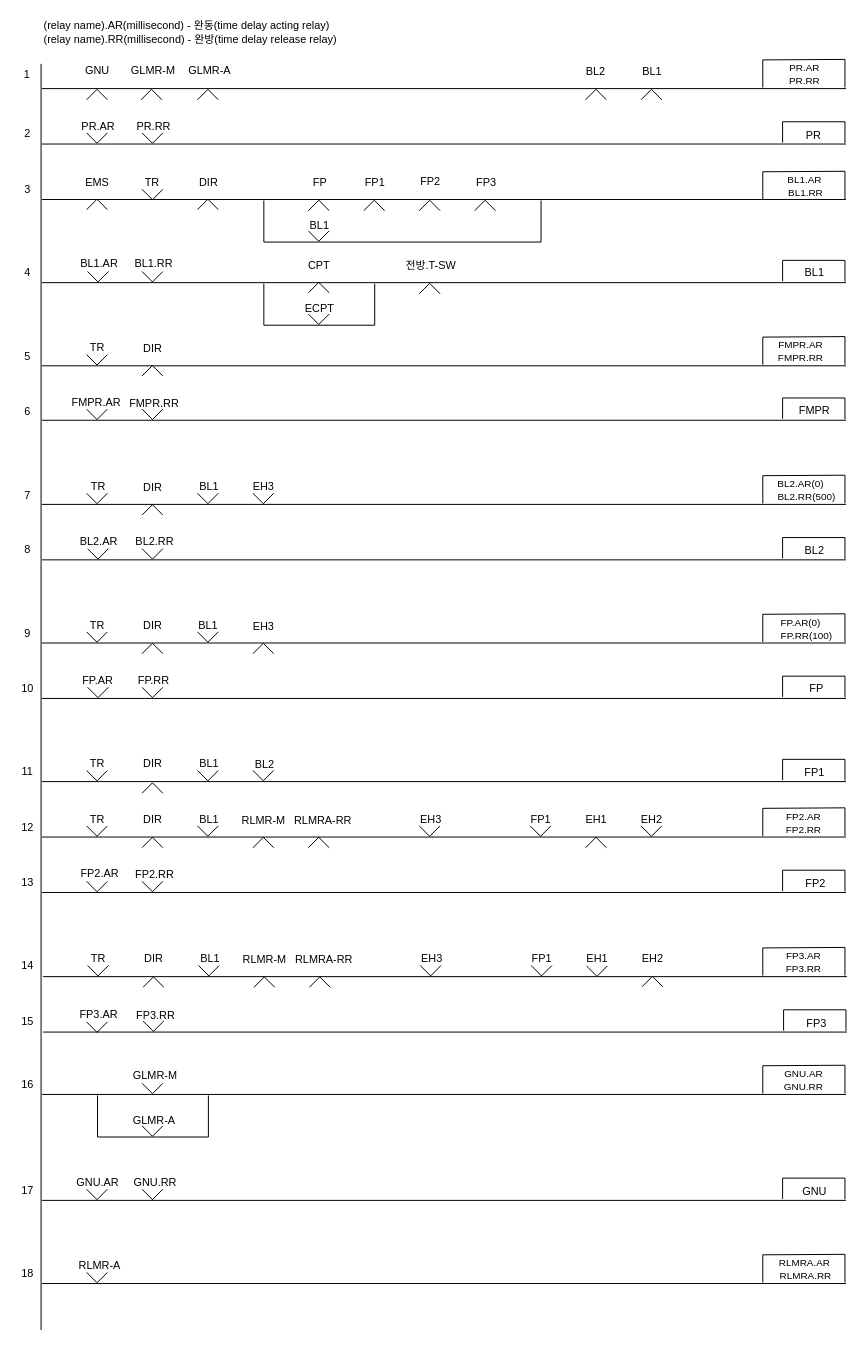
Above: page "2신호제어로직(최종)" (1 of 5) of Signal/2Display-Signal-Control-Logic.drawio in chillin2/MyDraw.io (draw.io), before the change. Source tidied: cells renumbered, new cells numbered last; positions are measured from the earlier drawing's top-left corner, leaving out a move shared by most shapes. Both pictures are drawn from the tidied source at 99%, with x=0, y=0 at pixel (17, 17).
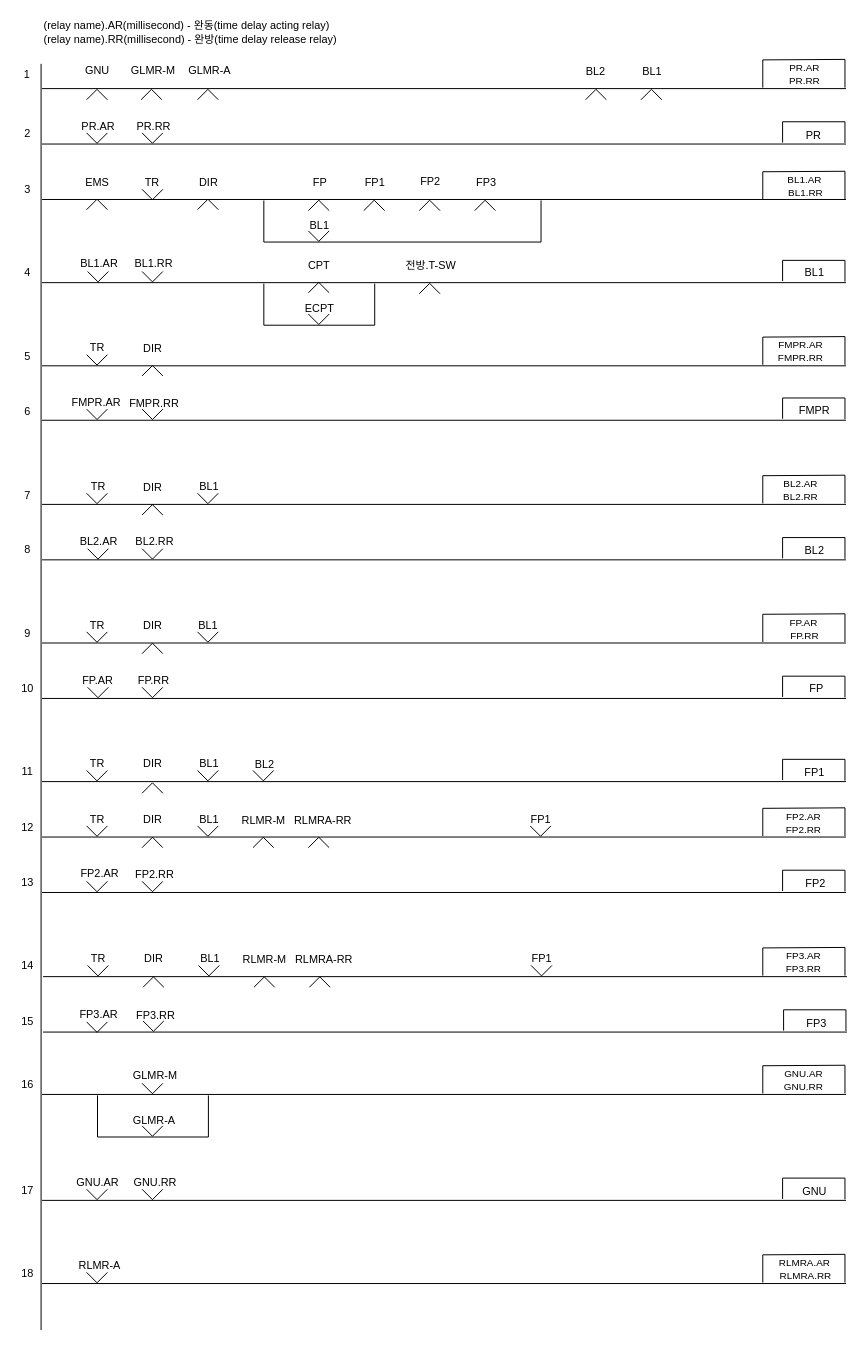
Above is the later version.

The edit, as a diff of the source:
```diff
@@
-    <mxCell id="38" value="EH3" style="text;html=1;strokeColor=none;fillColor=none;align=center;verticalAlign=middle;whiteSpace=wrap;rounded=0;fontFamily=Helvetica;fontSize=11;fontColor=default;" parent="1" vertex="1">
-      <mxGeometry x="229" y="465" width="40" height="17" as="geometry" />
-    </mxCell>
@@
-    <mxCell id="45" value="EH3" style="text;html=1;strokeColor=none;fillColor=none;align=center;verticalAlign=middle;whiteSpace=wrap;rounded=0;fontFamily=Helvetica;fontSize=11;fontColor=default;" parent="1" vertex="1">
-      <mxGeometry x="229" y="609" width="40" height="11" as="geometry" />
-    </mxCell>
@@
-    <mxCell id="59" value="EH3" style="text;html=1;strokeColor=none;fillColor=none;align=center;verticalAlign=middle;whiteSpace=wrap;rounded=0;fontFamily=Helvetica;fontSize=11;fontColor=default;" parent="1" vertex="1">
-      <mxGeometry x="398" y="805" width="40" height="9" as="geometry" />
-    </mxCell>
@@
-    <mxCell id="61" value="EH2" style="text;html=1;strokeColor=none;fillColor=none;align=center;verticalAlign=middle;whiteSpace=wrap;rounded=0;fontFamily=Helvetica;fontSize=11;fontColor=default;" parent="1" vertex="1">
-      <mxGeometry x="621" y="805" width="40" height="9" as="geometry" />
-    </mxCell>
-    <mxCell id="62" value="EH1" style="text;html=1;strokeColor=none;fillColor=none;align=center;verticalAlign=middle;whiteSpace=wrap;rounded=0;fontFamily=Helvetica;fontSize=11;fontColor=default;" parent="1" vertex="1">
-      <mxGeometry x="565" y="806" width="40" height="8" as="geometry" />
-    </mxCell>
@@
-    <mxCell id="101" style="verticalLabelPosition=bottom;html=1;verticalAlign=top;align=center;shape=mxgraph.floorplan.windowBow;strokeWidth=1;fontSize=11;direction=east;" parent="1" vertex="1">
-      <mxGeometry x="238" y="480.5" width="21" height="11" as="geometry" />
-    </mxCell>
@@
-    <mxCell id="110" style="verticalLabelPosition=bottom;html=1;verticalAlign=top;align=center;shape=mxgraph.floorplan.windowBow;strokeWidth=1;fontSize=11;direction=west;" parent="1" vertex="1">
-      <mxGeometry x="238" y="632" width="21" height="11" as="geometry" />
-    </mxCell>
@@
-    <mxCell id="127" style="verticalLabelPosition=bottom;html=1;verticalAlign=top;align=center;shape=mxgraph.floorplan.windowBow;strokeWidth=1;fontSize=11;direction=east;" parent="1" vertex="1">
-      <mxGeometry x="406" y="816.5" width="21" height="11" as="geometry" />
-    </mxCell>
@@
-    <mxCell id="129" style="verticalLabelPosition=bottom;html=1;verticalAlign=top;align=center;shape=mxgraph.floorplan.windowBow;strokeWidth=1;fontSize=11;direction=west;" parent="1" vertex="1">
-      <mxGeometry x="574" y="828" width="21" height="11" as="geometry" />
-    </mxCell>
-    <mxCell id="130" style="verticalLabelPosition=bottom;html=1;verticalAlign=top;align=center;shape=mxgraph.floorplan.windowBow;strokeWidth=1;fontSize=11;direction=east;" parent="1" vertex="1">
-      <mxGeometry x="630" y="816.5" width="21" height="11" as="geometry" />
-    </mxCell>
@@
-    <mxCell id="143" value="EH3" style="text;html=1;strokeColor=none;fillColor=none;align=center;verticalAlign=middle;whiteSpace=wrap;rounded=0;fontFamily=Helvetica;fontSize=11;fontColor=default;" parent="1" vertex="1">
-      <mxGeometry x="399" y="946" width="40" height="9" as="geometry" />
-    </mxCell>
@@
-    <mxCell id="145" value="EH2" style="text;html=1;strokeColor=none;fillColor=none;align=center;verticalAlign=middle;whiteSpace=wrap;rounded=0;fontFamily=Helvetica;fontSize=11;fontColor=default;" parent="1" vertex="1">
-      <mxGeometry x="622" y="946" width="40" height="9" as="geometry" />
-    </mxCell>
-    <mxCell id="146" value="EH1" style="text;html=1;strokeColor=none;fillColor=none;align=center;verticalAlign=middle;whiteSpace=wrap;rounded=0;fontFamily=Helvetica;fontSize=11;fontColor=default;" parent="1" vertex="1">
-      <mxGeometry x="566" y="947" width="40" height="8" as="geometry" />
-    </mxCell>
@@
-    <mxCell id="153" style="verticalLabelPosition=bottom;html=1;verticalAlign=top;align=center;shape=mxgraph.floorplan.windowBow;strokeWidth=1;fontSize=11;direction=east;" parent="1" vertex="1">
-      <mxGeometry x="407" y="957.5" width="21" height="11" as="geometry" />
-    </mxCell>
@@
-    <mxCell id="155" style="verticalLabelPosition=bottom;html=1;verticalAlign=top;align=center;shape=mxgraph.floorplan.windowBow;strokeWidth=1;fontSize=11;direction=east;" parent="1" vertex="1">
-      <mxGeometry x="575" y="958" width="21" height="11" as="geometry" />
-    </mxCell>
-    <mxCell id="156" style="verticalLabelPosition=bottom;html=1;verticalAlign=top;align=center;shape=mxgraph.floorplan.windowBow;strokeWidth=1;fontSize=11;direction=west;" parent="1" vertex="1">
-      <mxGeometry x="631" y="968.5" width="21" height="11" as="geometry" />
-    </mxCell>
@@
-    <mxCell id="204" value="&lt;font style=&quot;font-size: 10px;&quot;&gt;BL2.AR(0)&lt;/font&gt;" style="text;html=1;strokeColor=none;fillColor=none;align=center;verticalAlign=middle;whiteSpace=wrap;rounded=0;fontFamily=Helvetica;fontSize=11;fontColor=default;" parent="1" vertex="1">
+    <mxCell id="204" value="&lt;font style=&quot;font-size: 10px;&quot;&gt;BL2.AR&lt;/font&gt;" style="text;html=1;strokeColor=none;fillColor=none;align=center;verticalAlign=middle;whiteSpace=wrap;rounded=0;fontFamily=Helvetica;fontSize=11;fontColor=default;" parent="1" vertex="1">
       <mxGeometry x="768" y="465" width="47" height="12" as="geometry" />
     </mxCell>
@@
-    <mxCell id="206" value="&lt;font style=&quot;font-size: 10px;&quot;&gt;BL2.RR(500)&lt;/font&gt;" style="text;html=1;strokeColor=none;fillColor=none;align=center;verticalAlign=middle;whiteSpace=wrap;rounded=0;fontFamily=Helvetica;fontSize=11;fontColor=default;" parent="1" vertex="1">
-      <mxGeometry x="774" y="478" width="47" height="12" as="geometry" />
+    <mxCell id="206" value="&lt;font style=&quot;font-size: 10px;&quot;&gt;BL2.RR&lt;/font&gt;" style="text;html=1;strokeColor=none;fillColor=none;align=center;verticalAlign=middle;whiteSpace=wrap;rounded=0;fontFamily=Helvetica;fontSize=11;fontColor=default;" parent="1" vertex="1">
+      <mxGeometry x="768" y="478" width="47" height="12" as="geometry" />
     </mxCell>
-    <mxCell id="207" value="&lt;font style=&quot;font-size: 10px;&quot;&gt;FP.AR(0)&lt;/font&gt;" style="text;html=1;strokeColor=none;fillColor=none;align=center;verticalAlign=middle;whiteSpace=wrap;rounded=0;fontFamily=Helvetica;fontSize=11;fontColor=default;" parent="1" vertex="1">
-      <mxGeometry x="768" y="605" width="47" height="12" as="geometry" />
+    <mxCell id="207" value="&lt;font style=&quot;font-size: 10px;&quot;&gt;FP.AR&lt;/font&gt;" style="text;html=1;strokeColor=none;fillColor=none;align=center;verticalAlign=middle;whiteSpace=wrap;rounded=0;fontFamily=Helvetica;fontSize=11;fontColor=default;" parent="1" vertex="1">
+      <mxGeometry x="771" y="605" width="47" height="12" as="geometry" />
     </mxCell>
@@
-    <mxCell id="209" value="&lt;font style=&quot;font-size: 10px;&quot;&gt;FP.RR(100)&lt;/font&gt;" style="text;html=1;strokeColor=none;fillColor=none;align=center;verticalAlign=middle;whiteSpace=wrap;rounded=0;fontFamily=Helvetica;fontSize=11;fontColor=default;" parent="1" vertex="1">
-      <mxGeometry x="774" y="618" width="47" height="12" as="geometry" />
+    <mxCell id="209" value="&lt;font style=&quot;font-size: 10px;&quot;&gt;FP.RR&lt;/font&gt;" style="text;html=1;strokeColor=none;fillColor=none;align=center;verticalAlign=middle;whiteSpace=wrap;rounded=0;fontFamily=Helvetica;fontSize=11;fontColor=default;" parent="1" vertex="1">
+      <mxGeometry x="772" y="618" width="47" height="12" as="geometry" />
     </mxCell>
```
